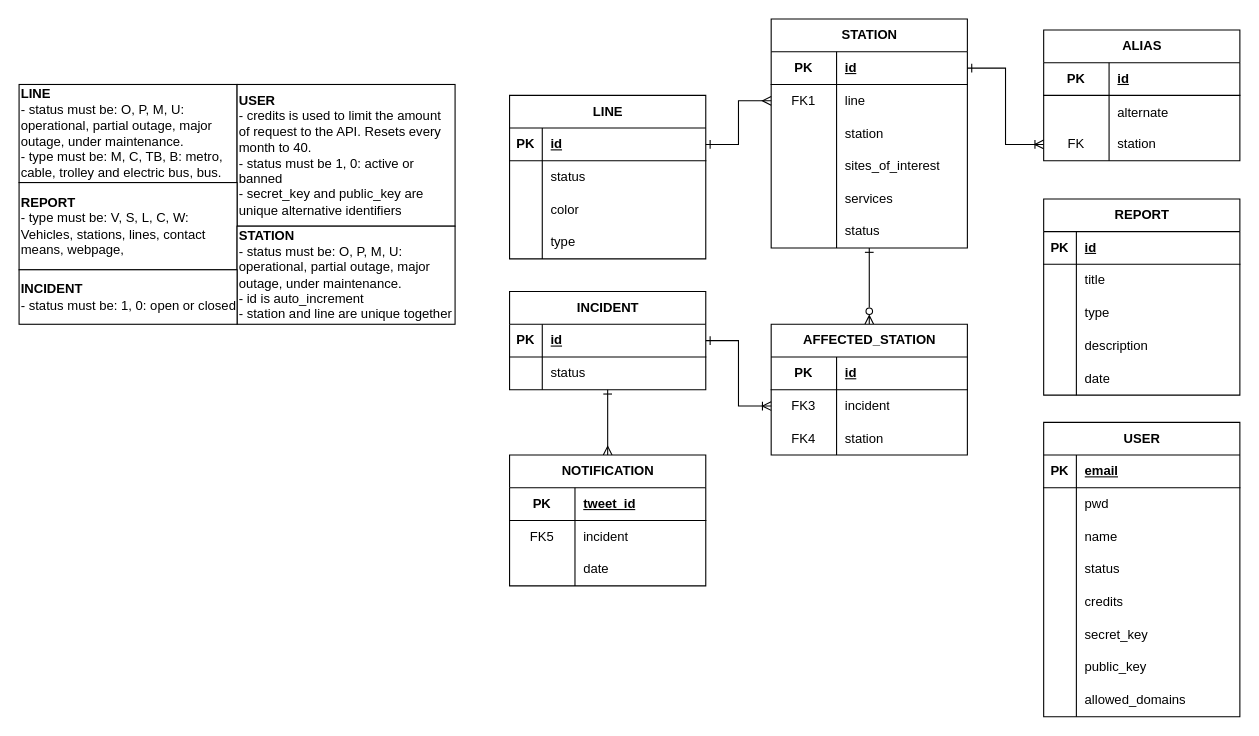
The draw.io diagram documentation/db/db.drawio in danielcgiraldo/metromap, before the edit. Source tidied: cells renumbered, new cells numbered last; positions are measured from the earlier drawing's top-left corner, leaving out a move shared by most shapes. Both pictures are drawn from the tidied source at 109%, with x=0, y=0 at pixel (19, 19).
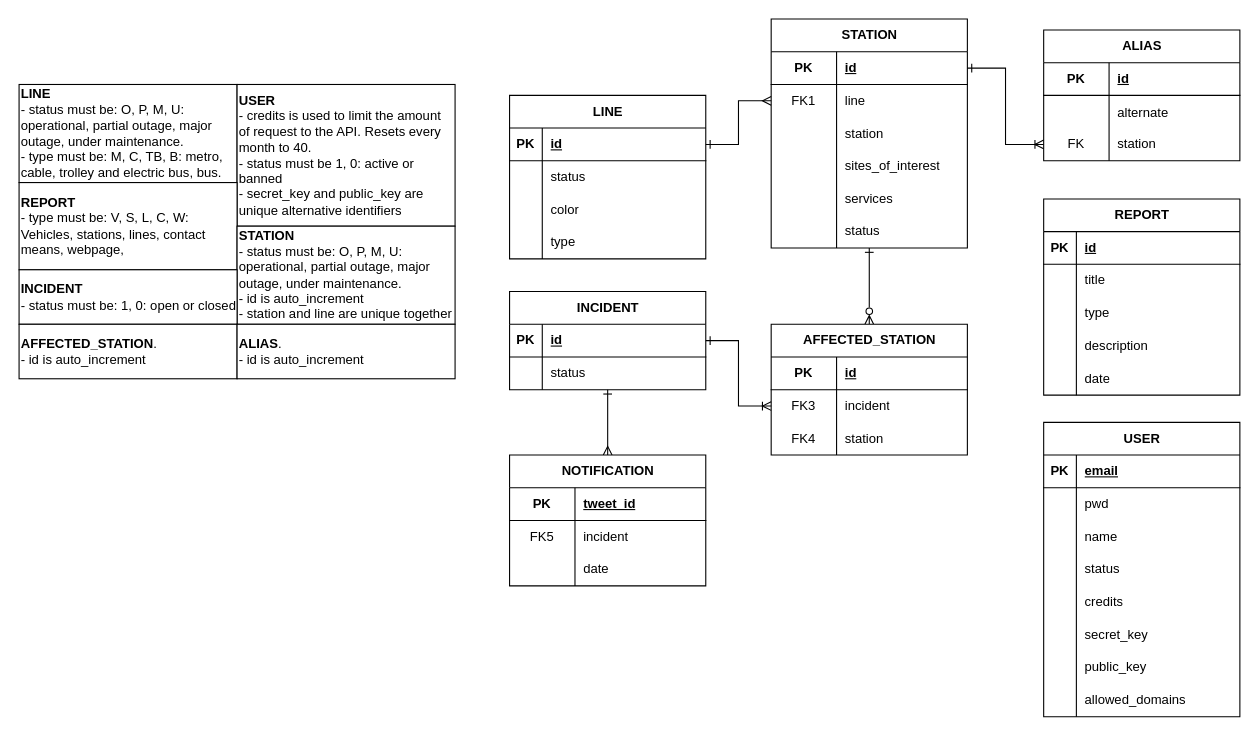
The same diagram, later.

The edit, as a diff of the source:
```diff
@@
+    <mxCell id="122" value="&lt;b&gt;AFFECTED_STATION&lt;/b&gt;.&lt;br&gt;- id is auto_increment" style="rounded=0;whiteSpace=wrap;html=1;align=left;" parent="1" vertex="1">
+      <mxGeometry y="280" width="200" height="50" as="geometry" />
+    </mxCell>
+    <mxCell id="123" value="&lt;b&gt;ALIAS&lt;/b&gt;.&lt;br&gt;- id is auto_increment" style="rounded=0;whiteSpace=wrap;html=1;align=left;" parent="1" vertex="1">
+      <mxGeometry x="200" y="280" width="200" height="50" as="geometry" />
+    </mxCell>
```
